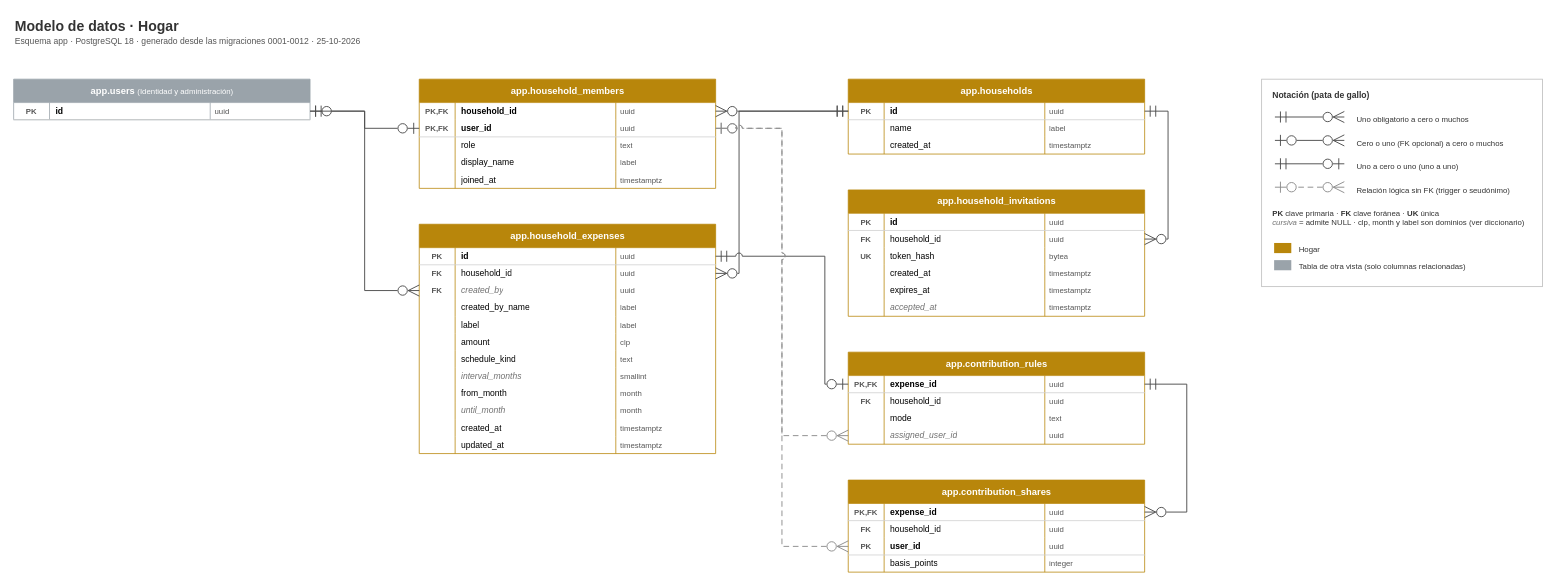
The draw.io diagram docs/diagrams/data-model/datos-3-hogar.drawio in offlnr/findemes, before the edit. Source tidied: cells renumbered, new cells numbered last; positions are measured from the earlier drawing's top-left corner, leaving out a move shared by most shapes. Both pictures are drawn from the tidied source at 78%, with x=0, y=0 at pixel (13, 13).
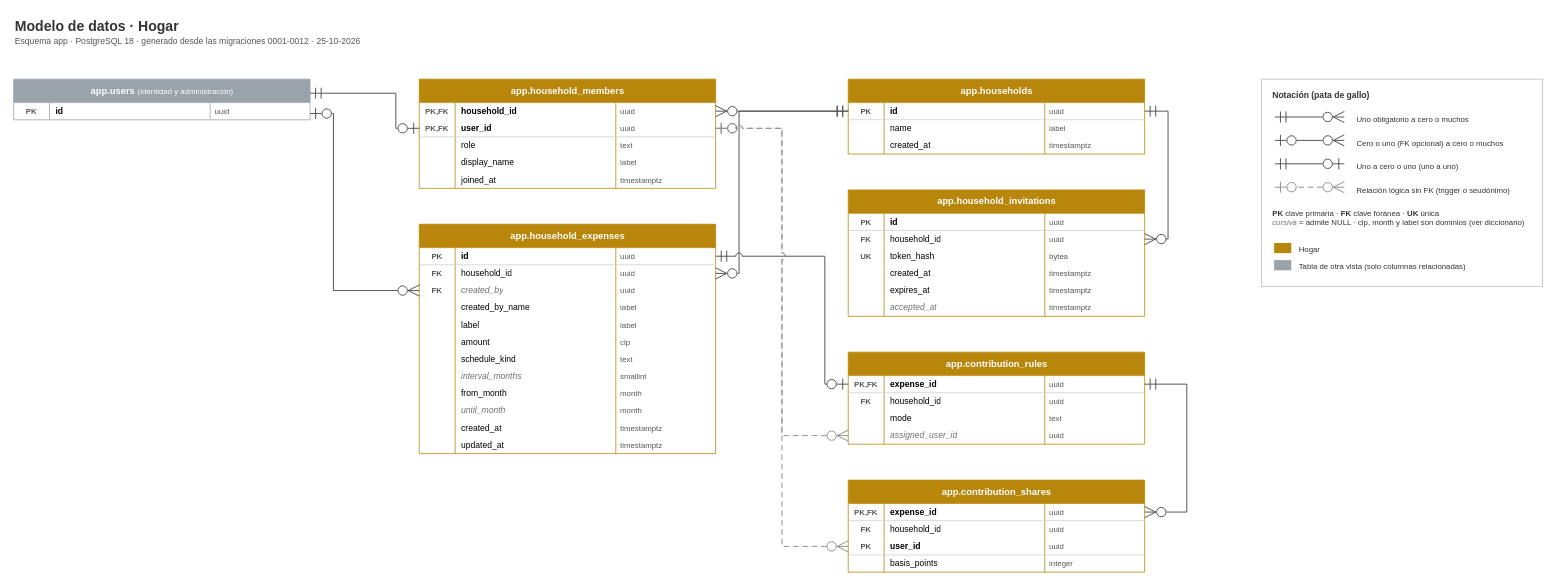
After the change.

Unchanged cells that the change refers to:
```xml
<mxCell id="3" value="app.users  &lt;span style=&quot;font-weight:normal;font-size:10px&quot;&gt;(Identidad y administración)&lt;/span&gt;" style="shape=table;startSize=30;childLayout=tableLayout;rowLines=0;fontStyle=1;align=center;html=1;fontSize=12;fillColor=#9AA3AA;fontColor=#FFFFFF;strokeColor=#9AA3AA;swimlaneFillColor=#FFFFFF;" parent="1" vertex="1">
  <mxGeometry y="84" width="380" height="52" as="geometry" />
</mxCell>
<mxCell id="4" style="shape=tableRow;horizontal=0;startSize=0;swimlaneHead=0;swimlaneBody=0;fillColor=none;points=[[0,0.5],[1,0.5]];portConstraint=eastwest;top=0;left=0;right=0;bottom=1;strokeColor=#D0D0D0;html=1;" parent="3" vertex="1">
  <mxGeometry y="30" width="380" height="22" as="geometry" />
</mxCell>
<mxCell id="13" style="shape=tableRow;horizontal=0;startSize=0;swimlaneHead=0;swimlaneBody=0;fillColor=none;points=[[0,0.5],[1,0.5]];portConstraint=eastwest;top=0;left=0;right=0;bottom=1;strokeColor=#D0D0D0;html=1;" parent="8" vertex="1">
  <mxGeometry y="52" width="380" height="22" as="geometry" />
</mxCell>
<mxCell id="38" style="shape=tableRow;horizontal=0;startSize=0;swimlaneHead=0;swimlaneBody=0;fillColor=none;points=[[0,0.5],[1,0.5]];portConstraint=eastwest;top=0;left=0;right=0;bottom=0;strokeColor=#D0D0D0;html=1;" parent="29" vertex="1">
  <mxGeometry y="74" width="380" height="22" as="geometry" />
</mxCell>
```

Change to the diagram source:
```diff
@@
-    <mxCell id="151" style="edgeStyle=orthogonalEdgeStyle;rounded=0;html=1;strokeColor=#4D4D4D;strokeWidth=1.2;startFill=0;endFill=0;startSize=12;endSize=12;jumpStyle=arc;jumpSize=8;startArrow=ERzeroToOne;endArrow=ERmandOne;exitX=0;exitY=0.5;exitDx=0;exitDy=0;entryX=1;entryY=0.5;entryDx=0;entryDy=0;" parent="1" edge="1" source="13" target="4">
+    <mxCell id="151" style="edgeStyle=orthogonalEdgeStyle;rounded=0;html=1;strokeColor=#4D4D4D;strokeWidth=1.2;startFill=0;endFill=0;startSize=12;endSize=12;jumpStyle=arc;jumpSize=8;startArrow=ERzeroToOne;endArrow=ERmandOne;exitX=0;exitY=0.5;exitDx=0;exitDy=0;entryX=1;entryY=0.3462;entryDx=0;entryDy=0;entryPerimeter=0;" parent="1" edge="1" source="13" target="3">
       <mxGeometry relative="1" as="geometry">
         <Array as="points">
-          <mxPoint x="450" y="147" />
-          <mxPoint x="450" y="125" />
+          <mxPoint x="490" y="147" />
+          <mxPoint x="490" y="102" />
         </Array>
       </mxGeometry>
     </mxCell>
-    <mxCell id="152" style="edgeStyle=orthogonalEdgeStyle;rounded=0;html=1;strokeColor=#4D4D4D;strokeWidth=1.2;startFill=0;endFill=0;startSize=12;endSize=12;jumpStyle=arc;jumpSize=8;startArrow=ERzeroToMany;endArrow=ERzeroToOne;exitX=0;exitY=0.5;exitDx=0;exitDy=0;entryX=1;entryY=0.5;entryDx=0;entryDy=0;" parent="1" edge="1" source="38" target="4">
+    <mxCell id="152" style="edgeStyle=orthogonalEdgeStyle;rounded=0;html=1;strokeColor=#4D4D4D;strokeWidth=1.2;startFill=0;endFill=0;startSize=12;endSize=12;jumpStyle=arc;jumpSize=8;startArrow=ERzeroToMany;endArrow=ERzeroToOne;exitX=0;exitY=0.5;exitDx=0;exitDy=0;entryX=1;entryY=0.8462;entryDx=0;entryDy=0;entryPerimeter=0;" parent="1" edge="1" source="38" target="3">
       <mxGeometry relative="1" as="geometry">
         <Array as="points">
-          <mxPoint x="450" y="355" />
-          <mxPoint x="450" y="125" />
+          <mxPoint x="410" y="355" />
+          <mxPoint x="410" y="128" />
         </Array>
       </mxGeometry>
     </mxCell>
```
